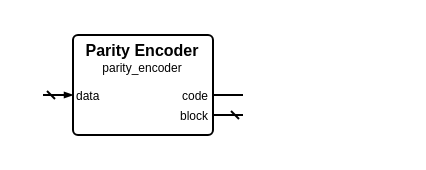
Earlier version of the draw.io diagram sources/error_control/parity/parity_encoder.symbol.drawio (Louis-DR/OmniCores-BuildingBlocks). Source tidied: cells renumbered, new cells numbered last; positions are measured from the earlier drawing's top-left corner, leaving out a move shared by most shapes. Both pictures are drawn from the tidied source at 200%, with x=0, y=0 at pixel (42, 34).
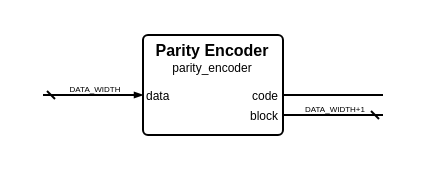
Above is the later version.

The edit, as a diff of the source:
```diff
@@
 <mxGraphModel>
   <root>
     <mxCell id="0" />
     <mxCell id="1" parent="0" />
     <mxCell id="2" style="group;" parent="1" vertex="1">
-      <mxGeometry width="100" height="50" as="geometry" />
+      <mxGeometry width="170" height="50" as="geometry" />
     </mxCell>
     <mxCell id="3" style="rounded=1;arcSize=5;fillColor=none;strokeWidth=1;strokeColor=black;whiteSpace=wrap;html=1;" parent="2" vertex="1">
-      <mxGeometry x="15" width="70" height="50" as="geometry" />
+      <mxGeometry x="50" width="70" height="50" as="geometry" />
     </mxCell>
     <mxCell id="4" value="Parity Encoder" style="text;html=1;align=center;verticalAlign=middle;whiteSpace=wrap;rounded=0;fontSize=8;fontStyle=1;fontColor=black;" parent="2" vertex="1">
-      <mxGeometry x="15" y="7" width="70" as="geometry" />
+      <mxGeometry x="50" y="7" width="70" as="geometry" />
     </mxCell>
     <mxCell id="5" value="parity_encoder" style="text;html=1;align=center;verticalAlign=middle;whiteSpace=wrap;rounded=0;fontSize=6;fontStyle=0;fontColor=black;" parent="2" vertex="1">
-      <mxGeometry x="15" y="16" width="70" as="geometry" />
+      <mxGeometry x="50" y="16" width="70" as="geometry" />
     </mxCell>
     <mxCell id="6" value="data" style="text;html=1;align=left;verticalAlign=middle;whiteSpace=wrap;rounded=0;fontSize=6;fontStyle=0;fontColor=black;" parent="2" vertex="1">
-      <mxGeometry x="15" y="30" width="70" as="geometry" />
+      <mxGeometry x="50" y="30" width="70" as="geometry" />
     </mxCell>
     <mxCell id="7" style="html=1;rounded=1;strokeWidth=1;strokeColor=black;startFill=0;startSize=2;startArrow=dash;endFill=1;endSize=2;endArrow=blockThin;sourcePerimeterSpacing=0;" parent="2" edge="1">
       <mxGeometry relative="1" as="geometry">
         <mxPoint y="30" as="sourcePoint" />
-        <mxPoint x="15" y="30" as="targetPoint" />
+        <mxPoint x="50" y="30" as="targetPoint" />
       </mxGeometry>
     </mxCell>
+    <mxCell id="12" value="DATA_WIDTH" style="text;html=1;align=center;verticalAlign=middle;whiteSpace=nowrap;rounded=0;fontSize=4;fontStyle=0;fontColor=black;" parent="2" vertex="1">
+      <mxGeometry x="25" y="27" as="geometry" />
+    </mxCell>
     <mxCell id="8" value="code" style="text;html=1;align=right;verticalAlign=middle;whiteSpace=wrap;rounded=0;fontSize=6;fontStyle=0;fontColor=black;" parent="2" vertex="1">
-      <mxGeometry x="15" y="30" width="70" as="geometry" />
+      <mxGeometry x="50" y="30" width="70" as="geometry" />
     </mxCell>
     <mxCell id="9" style="html=1;rounded=1;strokeWidth=1;strokeColor=black;startFill=0;startSize=2;startArrow=none;endFill=1;endSize=2;endArrow=none;sourcePerimeterSpacing=0;" parent="2" edge="1">
       <mxGeometry relative="1" as="geometry">
-        <mxPoint x="100" y="30" as="sourcePoint" />
-        <mxPoint x="85" y="30" as="targetPoint" />
+        <mxPoint x="170" y="30" as="sourcePoint" />
+        <mxPoint x="120" y="30" as="targetPoint" />
       </mxGeometry>
     </mxCell>
     <mxCell id="10" value="block" style="text;html=1;align=right;verticalAlign=middle;whiteSpace=wrap;rounded=0;fontSize=6;fontStyle=0;fontColor=black;" parent="2" vertex="1">
-      <mxGeometry x="15" y="40" width="70" as="geometry" />
+      <mxGeometry x="50" y="40" width="70" as="geometry" />
     </mxCell>
     <mxCell id="11" style="html=1;rounded=1;strokeWidth=1;strokeColor=black;startFill=0;startSize=2;startArrow=dash;endFill=1;endSize=2;endArrow=none;sourcePerimeterSpacing=0;" parent="2" edge="1">
       <mxGeometry relative="1" as="geometry">
-        <mxPoint x="100" y="40" as="sourcePoint" />
-        <mxPoint x="85" y="40" as="targetPoint" />
+        <mxPoint x="170" y="40" as="sourcePoint" />
+        <mxPoint x="120" y="40" as="targetPoint" />
       </mxGeometry>
     </mxCell>
+    <mxCell id="13" value="DATA_WIDTH+1" style="text;html=1;align=center;verticalAlign=middle;whiteSpace=nowrap;rounded=0;fontSize=4;fontStyle=0;fontColor=black;" parent="2" vertex="1">
+      <mxGeometry x="145" y="37" as="geometry" />
+    </mxCell>
   </root>
 </mxGraphModel>
```
